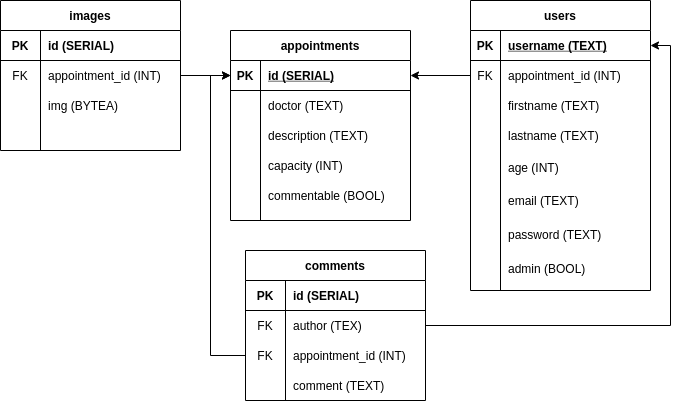
Earlier version of the draw.io export docs/diagrams/db.png (kevindoubleu/COMPFEST-Hospital). Source tidied: cells renumbered, new cells last; positions are measured from the earlier drawing's top-left corner, leaving out a move shared by most shapes.
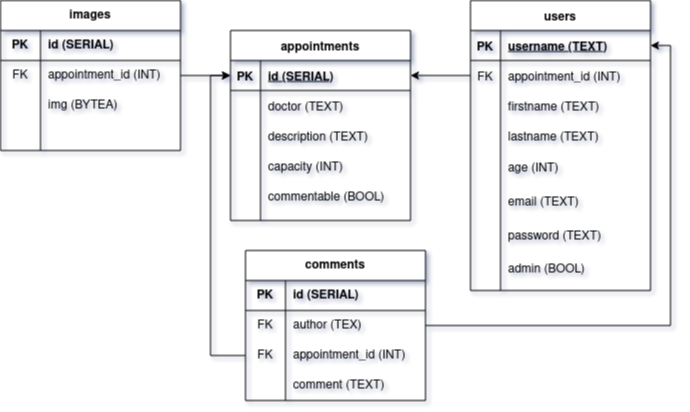
After the change.

Change to the diagram source:
```diff
@@ -5,40 +5,40 @@
     <mxCell id="2" value="appointments" style="shape=table;startSize=30;rowLines=0;fontStyle=1;align=center;" parent="1" vertex="1">
       <mxGeometry x="230" y="30" width="180" height="190" as="geometry" />
     </mxCell>
-    <mxCell id="3" style="shape=partialRectangle;fillColor=none;top=0;left=0;bottom=1;right=0;points=[[0,0.5],[1,0.5]];portConstraint=eastwest;" parent="2" vertex="1">
-      <mxGeometry y="30" width="180" height="30" as="geometry" />
-    </mxCell>
-    <mxCell id="4" value="PK" style="shape=partialRectangle;fillColor=none;top=0;left=0;bottom=0;right=0;fontStyle=1;overflow=hidden;" parent="3" vertex="1">
-      <mxGeometry width="30" height="30" as="geometry" />
-    </mxCell>
+    <mxCell id="60" style="shape=partialRectangle;fillColor=none;top=0;left=0;bottom=1;right=0;points=[[0,0.5],[1,0.5]];portConstraint=eastwest;" parent="2" vertex="1">
+      <mxGeometry y="30" width="180" height="30" as="geometry" />
+    </mxCell>
+    <mxCell id="61" value="PK" style="shape=partialRectangle;fillColor=none;top=0;left=0;bottom=0;right=0;fontStyle=1;overflow=hidden;" parent="60" vertex="1">
+      <mxGeometry width="30" height="30" as="geometry" />
+    </mxCell>
-    <mxCell id="5" value="id (SERIAL)" style="shape=partialRectangle;fillColor=none;top=0;left=0;bottom=0;right=0;align=left;spacingLeft=6;fontStyle=5;overflow=hidden;" parent="3" vertex="1">
+    <mxCell id="5" value="id (SERIAL)" style="shape=partialRectangle;fillColor=none;top=0;left=0;bottom=0;right=0;align=left;spacingLeft=6;fontStyle=5;overflow=hidden;" parent="60" vertex="1">
       <mxGeometry x="30" width="150" height="30" as="geometry" />
     </mxCell>
-    <mxCell id="6" style="shape=partialRectangle;fillColor=none;top=0;left=0;bottom=0;right=0;" parent="2" vertex="1">
-      <mxGeometry y="60" width="180" height="30" as="geometry" />
-    </mxCell>
-    <mxCell id="7" style="shape=partialRectangle;fillColor=none;top=0;left=0;bottom=0;right=0;overflow=hidden;" parent="6" vertex="1">
-      <mxGeometry width="30" height="30" as="geometry" />
-    </mxCell>
+    <mxCell id="62" style="shape=partialRectangle;fillColor=none;top=0;left=0;bottom=0;right=0;" parent="2" vertex="1">
+      <mxGeometry y="60" width="180" height="30" as="geometry" />
+    </mxCell>
+    <mxCell id="63" style="shape=partialRectangle;fillColor=none;top=0;left=0;bottom=0;right=0;overflow=hidden;" parent="62" vertex="1">
+      <mxGeometry width="30" height="30" as="geometry" />
+    </mxCell>
-    <mxCell id="8" value="doctor (TEXT)" style="shape=partialRectangle;fillColor=none;top=0;left=0;bottom=0;right=0;align=left;spacingLeft=6;overflow=hidden;" parent="6" vertex="1">
+    <mxCell id="8" value="doctor (TEXT)" style="shape=partialRectangle;fillColor=none;top=0;left=0;bottom=0;right=0;align=left;spacingLeft=6;overflow=hidden;" parent="62" vertex="1">
       <mxGeometry x="30" width="150" height="30" as="geometry" />
     </mxCell>
-    <mxCell id="9" style="shape=partialRectangle;fillColor=none;top=0;left=0;bottom=0;right=0;" parent="2" vertex="1">
-      <mxGeometry y="90" width="180" height="30" as="geometry" />
-    </mxCell>
-    <mxCell id="10" style="shape=partialRectangle;fillColor=none;top=0;left=0;bottom=0;right=0;overflow=hidden;" parent="9" vertex="1">
-      <mxGeometry width="30" height="30" as="geometry" />
-    </mxCell>
+    <mxCell id="64" style="shape=partialRectangle;fillColor=none;top=0;left=0;bottom=0;right=0;" parent="2" vertex="1">
+      <mxGeometry y="90" width="180" height="30" as="geometry" />
+    </mxCell>
+    <mxCell id="65" style="shape=partialRectangle;fillColor=none;top=0;left=0;bottom=0;right=0;overflow=hidden;" parent="64" vertex="1">
+      <mxGeometry width="30" height="30" as="geometry" />
+    </mxCell>
-    <mxCell id="11" value="description (TEXT)" style="shape=partialRectangle;fillColor=none;top=0;left=0;bottom=0;right=0;align=left;spacingLeft=6;overflow=hidden;" parent="9" vertex="1">
+    <mxCell id="11" value="description (TEXT)" style="shape=partialRectangle;fillColor=none;top=0;left=0;bottom=0;right=0;align=left;spacingLeft=6;overflow=hidden;" parent="64" vertex="1">
       <mxGeometry x="30" width="150" height="30" as="geometry" />
     </mxCell>
-    <mxCell id="12" style="shape=partialRectangle;fillColor=none;top=0;left=0;bottom=0;right=0;" parent="2" vertex="1">
-      <mxGeometry y="120" width="180" height="30" as="geometry" />
-    </mxCell>
-    <mxCell id="13" style="shape=partialRectangle;fillColor=none;top=0;left=0;bottom=0;right=0;overflow=hidden;" parent="12" vertex="1">
-      <mxGeometry width="30" height="30" as="geometry" />
-    </mxCell>
+    <mxCell id="66" style="shape=partialRectangle;fillColor=none;top=0;left=0;bottom=0;right=0;" parent="2" vertex="1">
+      <mxGeometry y="120" width="180" height="30" as="geometry" />
+    </mxCell>
+    <mxCell id="67" style="shape=partialRectangle;fillColor=none;top=0;left=0;bottom=0;right=0;overflow=hidden;" parent="66" vertex="1">
+      <mxGeometry width="30" height="30" as="geometry" />
+    </mxCell>
-    <mxCell id="14" value="capacity (INT)" style="shape=partialRectangle;fillColor=none;top=0;left=0;bottom=0;right=0;align=left;spacingLeft=6;overflow=hidden;" parent="12" vertex="1">
+    <mxCell id="14" value="capacity (INT)" style="shape=partialRectangle;fillColor=none;top=0;left=0;bottom=0;right=0;align=left;spacingLeft=6;overflow=hidden;" parent="66" vertex="1">
       <mxGeometry x="30" width="150" height="30" as="geometry" />
     </mxCell>
     <mxCell id="15" style="group;" parent="1" vertex="1">
@@ -47,40 +47,40 @@
     <mxCell id="16" value="users" style="shape=table;startSize=30;rowLines=0;fontStyle=1;align=center;" parent="15" vertex="1">
       <mxGeometry width="180" height="290" as="geometry" />
     </mxCell>
-    <mxCell id="17" style="shape=partialRectangle;fillColor=none;top=0;left=0;bottom=1;right=0;points=[[0,0.5],[1,0.5]];portConstraint=eastwest;" parent="16" vertex="1">
-      <mxGeometry y="30" width="180" height="30" as="geometry" />
-    </mxCell>
-    <mxCell id="18" value="PK" style="shape=partialRectangle;fillColor=none;top=0;left=0;bottom=0;right=0;fontStyle=1;overflow=hidden;" parent="17" vertex="1">
-      <mxGeometry width="30" height="30" as="geometry" />
-    </mxCell>
+    <mxCell id="68" style="shape=partialRectangle;fillColor=none;top=0;left=0;bottom=1;right=0;points=[[0,0.5],[1,0.5]];portConstraint=eastwest;" parent="16" vertex="1">
+      <mxGeometry y="30" width="180" height="30" as="geometry" />
+    </mxCell>
+    <mxCell id="69" value="PK" style="shape=partialRectangle;fillColor=none;top=0;left=0;bottom=0;right=0;fontStyle=1;overflow=hidden;" parent="68" vertex="1">
+      <mxGeometry width="30" height="30" as="geometry" />
+    </mxCell>
-    <mxCell id="19" value="username (TEXT)" style="shape=partialRectangle;fillColor=none;top=0;left=0;bottom=0;right=0;align=left;spacingLeft=6;fontStyle=5;overflow=hidden;" parent="17" vertex="1">
+    <mxCell id="19" value="username (TEXT)" style="shape=partialRectangle;fillColor=none;top=0;left=0;bottom=0;right=0;align=left;spacingLeft=6;fontStyle=5;overflow=hidden;" parent="68" vertex="1">
       <mxGeometry x="30" width="150" height="30" as="geometry" />
     </mxCell>
-    <mxCell id="20" style="shape=partialRectangle;fillColor=none;top=0;left=0;bottom=0;right=0;points=[[0,0.5],[1,0.5]];portConstraint=eastwest;" parent="16" vertex="1">
-      <mxGeometry y="60" width="180" height="30" as="geometry" />
-    </mxCell>
+    <mxCell id="70" style="shape=partialRectangle;fillColor=none;top=0;left=0;bottom=0;right=0;points=[[0,0.5],[1,0.5]];portConstraint=eastwest;" parent="16" vertex="1">
+      <mxGeometry y="60" width="180" height="30" as="geometry" />
+    </mxCell>
-    <mxCell id="21" value="FK" style="shape=partialRectangle;fillColor=none;top=0;left=0;bottom=0;right=0;overflow=hidden;" parent="20" vertex="1">
+    <mxCell id="21" value="FK" style="shape=partialRectangle;fillColor=none;top=0;left=0;bottom=0;right=0;overflow=hidden;" parent="70" vertex="1">
       <mxGeometry width="30" height="30" as="geometry" />
     </mxCell>
-    <mxCell id="22" value="appointment_id (INT)" style="shape=partialRectangle;fillColor=none;top=0;left=0;bottom=0;right=0;align=left;spacingLeft=6;overflow=hidden;" parent="20" vertex="1">
+    <mxCell id="22" value="appointment_id (INT)" style="shape=partialRectangle;fillColor=none;top=0;left=0;bottom=0;right=0;align=left;spacingLeft=6;overflow=hidden;" parent="70" vertex="1">
       <mxGeometry x="30" width="150" height="30" as="geometry" />
     </mxCell>
-    <mxCell id="23" style="shape=partialRectangle;fillColor=none;top=0;left=0;bottom=0;right=0;" parent="16" vertex="1">
-      <mxGeometry y="90" width="180" height="30" as="geometry" />
-    </mxCell>
-    <mxCell id="24" style="shape=partialRectangle;fillColor=none;top=0;left=0;bottom=0;right=0;overflow=hidden;" parent="23" vertex="1">
-      <mxGeometry width="30" height="30" as="geometry" />
-    </mxCell>
+    <mxCell id="71" style="shape=partialRectangle;fillColor=none;top=0;left=0;bottom=0;right=0;" parent="16" vertex="1">
+      <mxGeometry y="90" width="180" height="30" as="geometry" />
+    </mxCell>
+    <mxCell id="72" style="shape=partialRectangle;fillColor=none;top=0;left=0;bottom=0;right=0;overflow=hidden;" parent="71" vertex="1">
+      <mxGeometry width="30" height="30" as="geometry" />
+    </mxCell>
-    <mxCell id="25" value="firstname (TEXT)" style="shape=partialRectangle;fillColor=none;top=0;left=0;bottom=0;right=0;align=left;spacingLeft=6;overflow=hidden;" parent="23" vertex="1">
+    <mxCell id="25" value="firstname (TEXT)" style="shape=partialRectangle;fillColor=none;top=0;left=0;bottom=0;right=0;align=left;spacingLeft=6;overflow=hidden;" parent="71" vertex="1">
       <mxGeometry x="30" width="150" height="30" as="geometry" />
     </mxCell>
-    <mxCell id="26" style="shape=partialRectangle;fillColor=none;top=0;left=0;bottom=0;right=0;" parent="16" vertex="1">
-      <mxGeometry y="120" width="180" height="30" as="geometry" />
-    </mxCell>
-    <mxCell id="27" style="shape=partialRectangle;fillColor=none;top=0;left=0;bottom=0;right=0;overflow=hidden;" parent="26" vertex="1">
-      <mxGeometry width="30" height="30" as="geometry" />
-    </mxCell>
+    <mxCell id="73" style="shape=partialRectangle;fillColor=none;top=0;left=0;bottom=0;right=0;" parent="16" vertex="1">
+      <mxGeometry y="120" width="180" height="30" as="geometry" />
+    </mxCell>
+    <mxCell id="74" style="shape=partialRectangle;fillColor=none;top=0;left=0;bottom=0;right=0;overflow=hidden;" parent="73" vertex="1">
+      <mxGeometry width="30" height="30" as="geometry" />
+    </mxCell>
-    <mxCell id="28" value="lastname (TEXT)" style="shape=partialRectangle;fillColor=none;top=0;left=0;bottom=0;right=0;align=left;spacingLeft=6;overflow=hidden;" parent="26" vertex="1">
+    <mxCell id="28" value="lastname (TEXT)" style="shape=partialRectangle;fillColor=none;top=0;left=0;bottom=0;right=0;align=left;spacingLeft=6;overflow=hidden;" parent="73" vertex="1">
       <mxGeometry x="30" width="150" height="30" as="geometry" />
     </mxCell>
     <mxCell id="29" value="age (INT)" style="shape=partialRectangle;fillColor=none;top=0;left=0;bottom=0;right=0;align=left;spacingLeft=6;overflow=hidden;" parent="15" vertex="1">
@@ -98,36 +98,36 @@
     <mxCell id="33" value="images" style="shape=table;html=1;whiteSpace=wrap;startSize=30;rowLines=0;fontStyle=1;align=center;" parent="1" vertex="1">
       <mxGeometry width="180" height="150" as="geometry" />
     </mxCell>
-    <mxCell id="34" style="shape=partialRectangle;html=1;whiteSpace=wrap;fillColor=none;top=0;left=0;bottom=1;right=0;" parent="33" vertex="1">
-      <mxGeometry y="30" width="180" height="30" as="geometry" />
-    </mxCell>
-    <mxCell id="35" value="&lt;b&gt;PK&lt;/b&gt;" style="shape=partialRectangle;html=1;whiteSpace=wrap;fillColor=none;top=0;left=0;bottom=0;right=0;overflow=hidden;" parent="34" vertex="1">
-      <mxGeometry width="40" height="30" as="geometry" />
-    </mxCell>
-    <mxCell id="36" value="&lt;b&gt;id (SERIAL)&lt;/b&gt;" style="shape=partialRectangle;html=1;whiteSpace=wrap;fillColor=none;top=0;left=0;bottom=0;right=0;align=left;spacingLeft=6;overflow=hidden;" parent="34" vertex="1">
-      <mxGeometry x="40" width="140" height="30" as="geometry" />
-    </mxCell>
-    <mxCell id="37" style="shape=partialRectangle;html=1;whiteSpace=wrap;fillColor=none;top=0;left=0;bottom=0;right=0;points=[[0,0.5],[1,0.5]];portConstraint=eastwest;" parent="33" vertex="1">
-      <mxGeometry y="60" width="180" height="30" as="geometry" />
-    </mxCell>
-    <mxCell id="38" value="FK" style="shape=partialRectangle;html=1;whiteSpace=wrap;fillColor=none;top=0;left=0;bottom=0;right=0;overflow=hidden;" parent="37" vertex="1">
-      <mxGeometry width="40" height="30" as="geometry" />
-    </mxCell>
-    <mxCell id="39" value="appointment_id (INT)" style="shape=partialRectangle;html=1;whiteSpace=wrap;fillColor=none;top=0;left=0;bottom=0;right=0;align=left;spacingLeft=6;overflow=hidden;" parent="37" vertex="1">
-      <mxGeometry x="40" width="140" height="30" as="geometry" />
-    </mxCell>
-    <mxCell id="40" style="shape=partialRectangle;html=1;whiteSpace=wrap;fillColor=none;top=0;left=0;bottom=0;right=0;" parent="33" vertex="1">
-      <mxGeometry y="90" width="180" height="30" as="geometry" />
-    </mxCell>
+    <mxCell id="75" style="shape=partialRectangle;html=1;whiteSpace=wrap;fillColor=none;top=0;left=0;bottom=1;right=0;" parent="33" vertex="1">
+      <mxGeometry y="30" width="180" height="30" as="geometry" />
+    </mxCell>
+    <mxCell id="76" value="&lt;b&gt;PK&lt;/b&gt;" style="shape=partialRectangle;html=1;whiteSpace=wrap;fillColor=none;top=0;left=0;bottom=0;right=0;overflow=hidden;" parent="75" vertex="1">
+      <mxGeometry width="40" height="30" as="geometry" />
+    </mxCell>
+    <mxCell id="77" value="&lt;b&gt;id (SERIAL)&lt;/b&gt;" style="shape=partialRectangle;html=1;whiteSpace=wrap;fillColor=none;top=0;left=0;bottom=0;right=0;align=left;spacingLeft=6;overflow=hidden;" parent="75" vertex="1">
+      <mxGeometry x="40" width="140" height="30" as="geometry" />
+    </mxCell>
+    <mxCell id="78" style="shape=partialRectangle;html=1;whiteSpace=wrap;fillColor=none;top=0;left=0;bottom=0;right=0;points=[[0,0.5],[1,0.5]];portConstraint=eastwest;" parent="33" vertex="1">
+      <mxGeometry y="60" width="180" height="30" as="geometry" />
+    </mxCell>
+    <mxCell id="79" value="FK" style="shape=partialRectangle;html=1;whiteSpace=wrap;fillColor=none;top=0;left=0;bottom=0;right=0;overflow=hidden;" parent="78" vertex="1">
+      <mxGeometry width="40" height="30" as="geometry" />
+    </mxCell>
+    <mxCell id="80" value="appointment_id (INT)" style="shape=partialRectangle;html=1;whiteSpace=wrap;fillColor=none;top=0;left=0;bottom=0;right=0;align=left;spacingLeft=6;overflow=hidden;" parent="78" vertex="1">
+      <mxGeometry x="40" width="140" height="30" as="geometry" />
+    </mxCell>
+    <mxCell id="81" style="shape=partialRectangle;html=1;whiteSpace=wrap;fillColor=none;top=0;left=0;bottom=0;right=0;" parent="33" vertex="1">
+      <mxGeometry y="90" width="180" height="30" as="geometry" />
+    </mxCell>
-    <mxCell id="41" style="shape=partialRectangle;html=1;whiteSpace=wrap;fillColor=none;top=0;left=0;bottom=0;right=0;overflow=hidden;" parent="40" vertex="1">
+    <mxCell id="41" style="shape=partialRectangle;html=1;whiteSpace=wrap;fillColor=none;top=0;left=0;bottom=0;right=0;overflow=hidden;" parent="81" vertex="1">
       <mxGeometry width="40" height="30" as="geometry" />
     </mxCell>
-    <mxCell id="42" value="img (BYTEA)" style="shape=partialRectangle;html=1;whiteSpace=wrap;fillColor=none;top=0;left=0;bottom=0;right=0;align=left;spacingLeft=6;overflow=hidden;" parent="40" vertex="1">
+    <mxCell id="42" value="img (BYTEA)" style="shape=partialRectangle;html=1;whiteSpace=wrap;fillColor=none;top=0;left=0;bottom=0;right=0;align=left;spacingLeft=6;overflow=hidden;" parent="81" vertex="1">
       <mxGeometry x="40" width="140" height="30" as="geometry" />
     </mxCell>
-    <mxCell id="43" style="edgeStyle=orthogonalEdgeStyle;rounded=0;jettySize=auto;html=1;entryX=0;entryY=0.5;entryDx=0;entryDy=0;" parent="1" edge="1" source="37" target="3">
-      <mxGeometry relative="1" as="geometry" />
-    </mxCell>
+    <mxCell id="82" style="edgeStyle=orthogonalEdgeStyle;rounded=0;jettySize=auto;html=1;entryX=0;entryY=0.5;entryDx=0;entryDy=0;" parent="1" edge="1" source="78" target="60">
+      <mxGeometry relative="1" as="geometry" />
+    </mxCell>
     <mxCell id="44" value="commentable (BOOL)" style="shape=partialRectangle;fillColor=none;top=0;left=0;bottom=0;right=0;align=left;spacingLeft=6;overflow=hidden;" parent="1" vertex="1">
       <mxGeometry x="260" y="180" width="150" height="30" as="geometry" />
     </mxCell>
@@ -137,44 +137,44 @@
     <mxCell id="46" value="comments" style="shape=table;html=1;whiteSpace=wrap;startSize=30;rowLines=0;fontStyle=1;align=center;" parent="45" vertex="1">
       <mxGeometry width="180" height="150" as="geometry" />
     </mxCell>
-    <mxCell id="47" style="shape=partialRectangle;html=1;whiteSpace=wrap;fillColor=none;top=0;left=0;bottom=1;right=0;" parent="46" vertex="1">
-      <mxGeometry y="30" width="180" height="30" as="geometry" />
-    </mxCell>
-    <mxCell id="48" value="&lt;b&gt;PK&lt;/b&gt;" style="shape=partialRectangle;html=1;whiteSpace=wrap;fillColor=none;top=0;left=0;bottom=0;right=0;overflow=hidden;" parent="47" vertex="1">
-      <mxGeometry width="40" height="30" as="geometry" />
-    </mxCell>
-    <mxCell id="49" value="&lt;b&gt;id (SERIAL)&lt;/b&gt;" style="shape=partialRectangle;html=1;whiteSpace=wrap;fillColor=none;top=0;left=0;bottom=0;right=0;align=left;spacingLeft=6;overflow=hidden;" parent="47" vertex="1">
-      <mxGeometry x="40" width="140" height="30" as="geometry" />
-    </mxCell>
-    <mxCell id="50" style="shape=partialRectangle;html=1;whiteSpace=wrap;fillColor=none;top=0;left=0;bottom=0;right=0;points=[[0,0.5],[1,0.5]];portConstraint=eastwest;" parent="46" vertex="1">
-      <mxGeometry y="60" width="180" height="30" as="geometry" />
-    </mxCell>
-    <mxCell id="51" value="FK" style="shape=partialRectangle;html=1;whiteSpace=wrap;fillColor=none;top=0;left=0;bottom=0;right=0;overflow=hidden;" parent="50" vertex="1">
-      <mxGeometry width="40" height="30" as="geometry" />
-    </mxCell>
+    <mxCell id="83" style="shape=partialRectangle;html=1;whiteSpace=wrap;fillColor=none;top=0;left=0;bottom=1;right=0;" parent="46" vertex="1">
+      <mxGeometry y="30" width="180" height="30" as="geometry" />
+    </mxCell>
+    <mxCell id="84" value="&lt;b&gt;PK&lt;/b&gt;" style="shape=partialRectangle;html=1;whiteSpace=wrap;fillColor=none;top=0;left=0;bottom=0;right=0;overflow=hidden;" parent="83" vertex="1">
+      <mxGeometry width="40" height="30" as="geometry" />
+    </mxCell>
+    <mxCell id="85" value="&lt;b&gt;id (SERIAL)&lt;/b&gt;" style="shape=partialRectangle;html=1;whiteSpace=wrap;fillColor=none;top=0;left=0;bottom=0;right=0;align=left;spacingLeft=6;overflow=hidden;" parent="83" vertex="1">
+      <mxGeometry x="40" width="140" height="30" as="geometry" />
+    </mxCell>
+    <mxCell id="86" style="shape=partialRectangle;html=1;whiteSpace=wrap;fillColor=none;top=0;left=0;bottom=0;right=0;points=[[0,0.5],[1,0.5]];portConstraint=eastwest;" parent="46" vertex="1">
+      <mxGeometry y="60" width="180" height="30" as="geometry" />
+    </mxCell>
+    <mxCell id="87" value="FK" style="shape=partialRectangle;html=1;whiteSpace=wrap;fillColor=none;top=0;left=0;bottom=0;right=0;overflow=hidden;" parent="86" vertex="1">
+      <mxGeometry width="40" height="30" as="geometry" />
+    </mxCell>
-    <mxCell id="52" value="author (TEX)" style="shape=partialRectangle;html=1;whiteSpace=wrap;fillColor=none;top=0;left=0;bottom=0;right=0;align=left;spacingLeft=6;overflow=hidden;" parent="50" vertex="1">
+    <mxCell id="52" value="author (TEX)" style="shape=partialRectangle;html=1;whiteSpace=wrap;fillColor=none;top=0;left=0;bottom=0;right=0;align=left;spacingLeft=6;overflow=hidden;" parent="86" vertex="1">
       <mxGeometry x="40" width="140" height="30" as="geometry" />
     </mxCell>
-    <mxCell id="53" style="shape=partialRectangle;html=1;whiteSpace=wrap;fillColor=none;top=0;left=0;bottom=0;right=0;points=[[0,0.5],[1,0.5]];portConstraint=eastwest;" parent="46" vertex="1">
-      <mxGeometry y="90" width="180" height="30" as="geometry" />
-    </mxCell>
-    <mxCell id="54" value="FK" style="shape=partialRectangle;html=1;whiteSpace=wrap;fillColor=none;top=0;left=0;bottom=0;right=0;overflow=hidden;" parent="53" vertex="1">
-      <mxGeometry width="40" height="30" as="geometry" />
-    </mxCell>
-    <mxCell id="55" value="appointment_id (INT)" style="shape=partialRectangle;html=1;whiteSpace=wrap;fillColor=none;top=0;left=0;bottom=0;right=0;align=left;spacingLeft=6;overflow=hidden;" parent="53" vertex="1">
-      <mxGeometry x="40" width="140" height="30" as="geometry" />
-    </mxCell>
+    <mxCell id="88" style="shape=partialRectangle;html=1;whiteSpace=wrap;fillColor=none;top=0;left=0;bottom=0;right=0;points=[[0,0.5],[1,0.5]];portConstraint=eastwest;" parent="46" vertex="1">
+      <mxGeometry y="90" width="180" height="30" as="geometry" />
+    </mxCell>
+    <mxCell id="89" value="FK" style="shape=partialRectangle;html=1;whiteSpace=wrap;fillColor=none;top=0;left=0;bottom=0;right=0;overflow=hidden;" parent="88" vertex="1">
+      <mxGeometry width="40" height="30" as="geometry" />
+    </mxCell>
+    <mxCell id="90" value="appointment_id (INT)" style="shape=partialRectangle;html=1;whiteSpace=wrap;fillColor=none;top=0;left=0;bottom=0;right=0;align=left;spacingLeft=6;overflow=hidden;" parent="88" vertex="1">
+      <mxGeometry x="40" width="140" height="30" as="geometry" />
+    </mxCell>
     <mxCell id="56" value="comment (TEXT)" style="shape=partialRectangle;html=1;whiteSpace=wrap;fillColor=none;top=0;left=0;bottom=0;right=0;align=left;spacingLeft=6;overflow=hidden;" parent="45" vertex="1">
       <mxGeometry x="40" y="120" width="140" height="30" as="geometry" />
     </mxCell>
-    <mxCell id="57" style="edgeStyle=orthogonalEdgeStyle;rounded=0;jettySize=auto;html=1;entryX=0;entryY=0.5;entryDx=0;entryDy=0;" parent="1" edge="1" source="53" target="3">
-      <mxGeometry relative="1" as="geometry" />
-    </mxCell>
-    <mxCell id="58" style="edgeStyle=orthogonalEdgeStyle;rounded=0;jettySize=auto;html=1;entryX=1;entryY=0.5;entryDx=0;entryDy=0;" parent="1" edge="1" source="20" target="3">
-      <mxGeometry relative="1" as="geometry" />
-    </mxCell>
-    <mxCell id="59" style="edgeStyle=orthogonalEdgeStyle;rounded=0;jettySize=auto;html=1;entryX=1;entryY=0.5;entryDx=0;entryDy=0;" parent="1" edge="1" source="50" target="17">
-      <mxGeometry relative="1" as="geometry" />
-    </mxCell>
+    <mxCell id="91" style="edgeStyle=orthogonalEdgeStyle;rounded=0;jettySize=auto;html=1;entryX=0;entryY=0.5;entryDx=0;entryDy=0;" parent="1" edge="1" source="88" target="60">
+      <mxGeometry relative="1" as="geometry" />
+    </mxCell>
+    <mxCell id="92" style="edgeStyle=orthogonalEdgeStyle;rounded=0;jettySize=auto;html=1;entryX=1;entryY=0.5;entryDx=0;entryDy=0;" parent="1" edge="1" source="70" target="60">
+      <mxGeometry relative="1" as="geometry" />
+    </mxCell>
+    <mxCell id="93" style="edgeStyle=orthogonalEdgeStyle;rounded=0;jettySize=auto;html=1;entryX=1;entryY=0.5;entryDx=0;entryDy=0;" parent="1" edge="1" source="86" target="68">
+      <mxGeometry relative="1" as="geometry" />
+    </mxCell>
   </root>
 </mxGraphModel>
```
